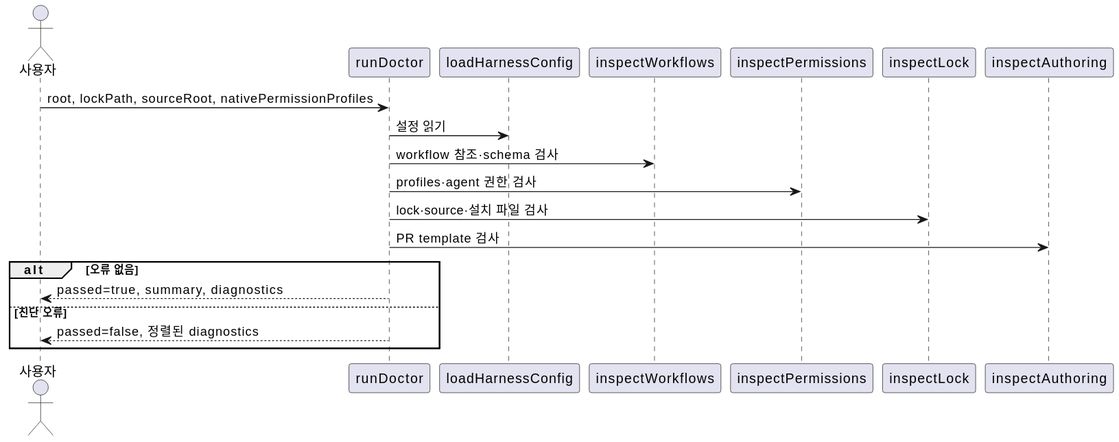
omegafrog/harness-codex keeps this PlantUML diagram as docs/contracts/diagrams/diagnose.sequence.svg. Above is the earlier version.
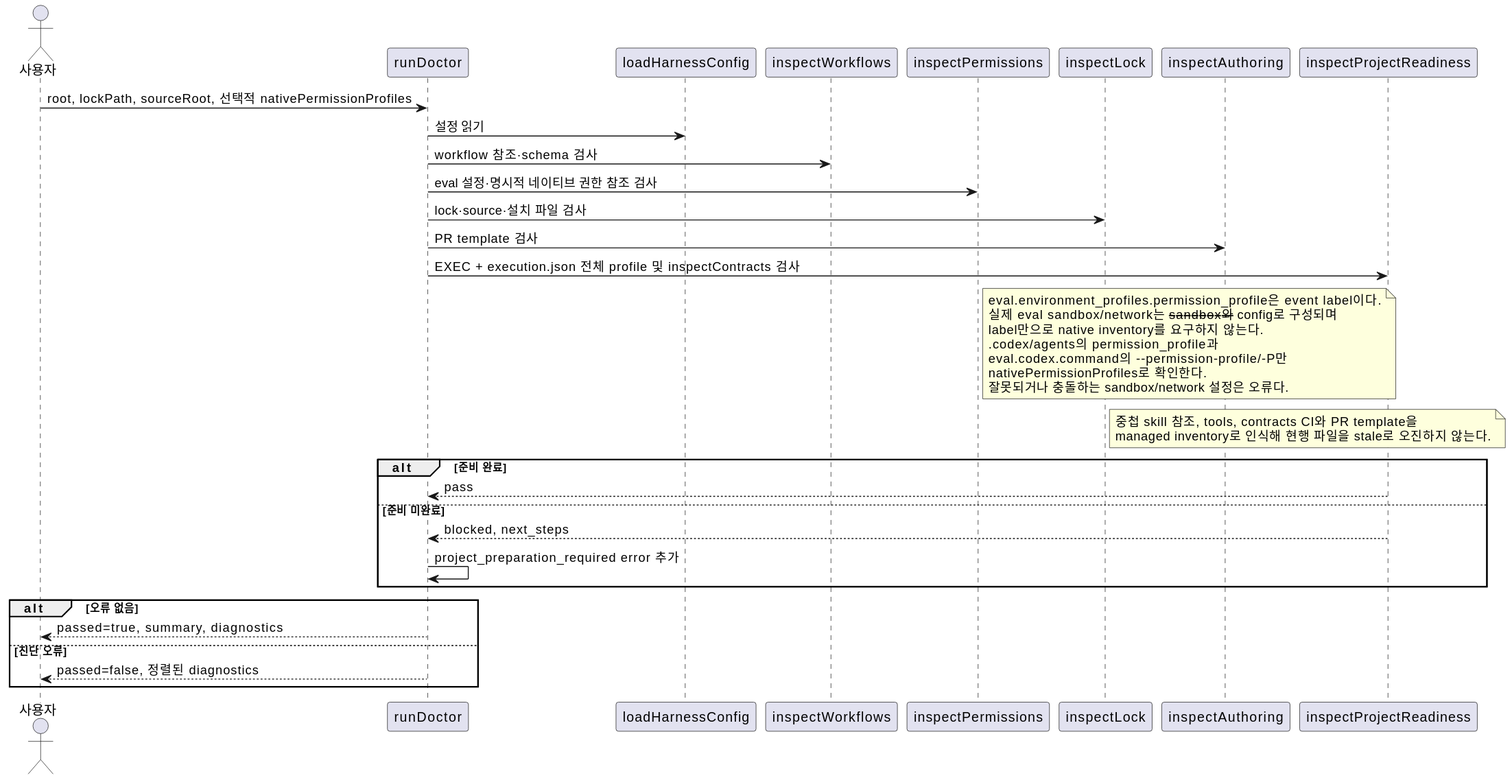
The same diagram one commit later.

Change to the diagram source:
```diff
@@ -6,12 +6,33 @@
 participant "inspectPermissions" as permissions
 participant "inspectLock" as lock
 participant "inspectAuthoring" as authoring
-사용자 -> doctor : root, lockPath, sourceRoot, nativePermissionProfiles
+participant "inspectProjectReadiness" as readiness
+사용자 -> doctor : root, lockPath, sourceRoot, 선택적 nativePermissionProfiles
 doctor -> config : 설정 읽기
 doctor -> workflows : workflow 참조·schema 검사
-doctor -> permissions : profiles·agent 권한 검사
+doctor -> permissions : eval 설정·명시적 네이티브 권한 참조 검사
 doctor -> lock : lock·source·설치 파일 검사
 doctor -> authoring : PR template 검사
+doctor -> readiness : EXEC + execution.json 전체 profile 및 inspectContracts 검사
+note right of permissions
+  eval.environment_profiles.permission_profile은 event label이다.
+  실제 eval sandbox/network는 --sandbox와 --config로 구성되며
+  label만으로 native inventory를 요구하지 않는다.
+  .codex/agents의 permission_profile과
+  eval.codex.command의 --permission-profile/-P만
+  nativePermissionProfiles로 확인한다.
+  잘못되거나 충돌하는 sandbox/network 설정은 오류다.
+end note
+note right of lock
+  중첩 skill 참조, tools, contracts CI와 PR template을
+  managed inventory로 인식해 현행 파일을 stale로 오진하지 않는다.
+end note
+alt 준비 완료
+  readiness --> doctor : pass
+else 준비 미완료
+  readiness --> doctor : blocked, next_steps
+  doctor -> doctor : project_preparation_required error 추가
+end
 alt 오류 없음
   doctor --> 사용자 : passed=true, summary, diagnostics
 else 진단 오류
```
